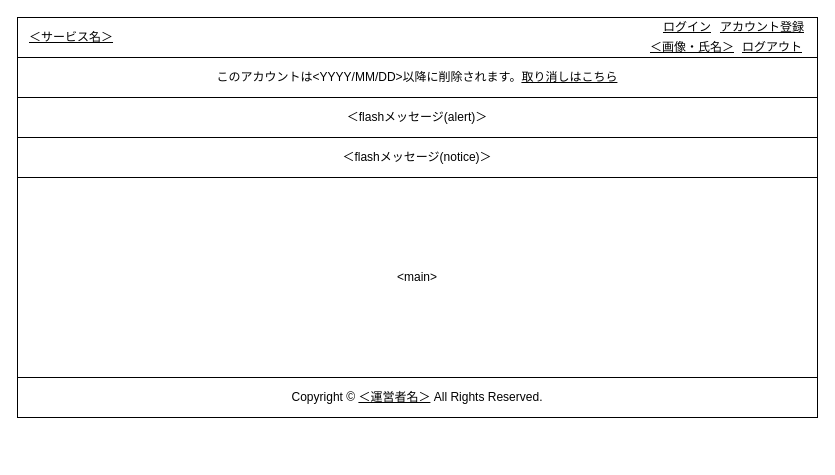
The draw.io diagram 設計/画面設計/レイアウト.drawio in nightonlypj/rails-app-origin, before the edit. Source tidied: cells renumbered, new cells numbered last; positions are measured from the earlier drawing's top-left corner, leaving out a move shared by most shapes. Both pictures are drawn from the tidied source at 100%, with x=0, y=0 at pixel (17, 17).
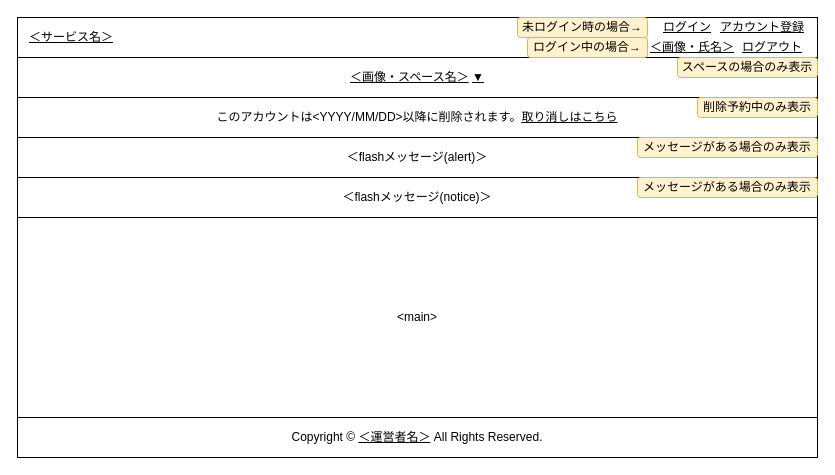
After the change.

What changed in the source:
```diff
@@
 <mxGraphModel>
   <root>
     <mxCell id="0" />
     <mxCell id="1" parent="0" />
     <mxCell id="2" style="rounded=0;whiteSpace=wrap;html=1;fillColor=none;" parent="1" vertex="1">
       <mxGeometry width="800" height="40" as="geometry" />
     </mxCell>
     <mxCell id="3" value="&lt;u&gt;＜サービス名＞&lt;/u&gt;" style="text;html=1;strokeColor=none;fillColor=none;align=left;verticalAlign=middle;whiteSpace=wrap;rounded=0;" parent="1" vertex="1">
       <mxGeometry x="10" y="10" width="90" height="20" as="geometry" />
     </mxCell>
     <mxCell id="4" value="ログイン" style="text;html=1;strokeColor=none;fillColor=none;align=center;verticalAlign=middle;whiteSpace=wrap;rounded=0;fontStyle=4;" parent="1" vertex="1">
       <mxGeometry x="640" width="60" height="20" as="geometry" />
     </mxCell>
     <mxCell id="5" value="アカウント登録" style="text;html=1;strokeColor=none;fillColor=none;align=center;verticalAlign=middle;whiteSpace=wrap;rounded=0;fontStyle=4;" parent="1" vertex="1">
       <mxGeometry x="700" width="90" height="20" as="geometry" />
     </mxCell>
     <mxCell id="6" value="ログアウト" style="text;html=1;strokeColor=none;fillColor=none;align=center;verticalAlign=middle;whiteSpace=wrap;rounded=0;fontStyle=4;" parent="1" vertex="1">
       <mxGeometry x="720" y="20" width="70" height="20" as="geometry" />
     </mxCell>
     <mxCell id="7" value="＜画像・氏名＞" style="text;html=1;strokeColor=none;fillColor=none;align=center;verticalAlign=middle;whiteSpace=wrap;rounded=0;fontStyle=4;" parent="1" vertex="1">
       <mxGeometry x="630" y="20" width="90" height="20" as="geometry" />
     </mxCell>
     <mxCell id="8" value="&amp;lt;main&amp;gt;" style="rounded=0;whiteSpace=wrap;html=1;fillColor=none;" parent="1" vertex="1">
-      <mxGeometry y="160" width="800" height="200" as="geometry" />
+      <mxGeometry y="200" width="800" height="200" as="geometry" />
     </mxCell>
     <mxCell id="9" value="&lt;span&gt;Copyright ©&amp;nbsp;&lt;/span&gt;&lt;u&gt;＜運営者名＞&lt;/u&gt;&lt;span&gt;&amp;nbsp;All Rights Reserved.&lt;/span&gt;" style="rounded=0;whiteSpace=wrap;html=1;fillColor=none;" parent="1" vertex="1">
-      <mxGeometry y="360" width="800" height="40" as="geometry" />
+      <mxGeometry y="400" width="800" height="40" as="geometry" />
     </mxCell>
     <mxCell id="10" value="このアカウントは&amp;lt;YYYY/MM/DD&amp;gt;以降に削除されます。&lt;u&gt;取り消しはこちら&lt;/u&gt;" style="rounded=0;whiteSpace=wrap;html=1;fillColor=none;" parent="1" vertex="1">
-      <mxGeometry y="40" width="800" height="40" as="geometry" />
+      <mxGeometry y="80" width="800" height="40" as="geometry" />
     </mxCell>
     <mxCell id="11" value="＜flashメッセージ(alert)＞" style="rounded=0;whiteSpace=wrap;html=1;fillColor=none;" parent="1" vertex="1">
-      <mxGeometry y="80" width="800" height="40" as="geometry" />
+      <mxGeometry y="120" width="800" height="40" as="geometry" />
     </mxCell>
     <mxCell id="12" value="＜flashメッセージ(notice)＞" style="rounded=0;whiteSpace=wrap;html=1;fillColor=none;" parent="1" vertex="1">
-      <mxGeometry y="120" width="800" height="40" as="geometry" />
+      <mxGeometry y="160" width="800" height="40" as="geometry" />
     </mxCell>
+    <mxCell id="13" value="&lt;u style=&quot;font-family: &amp;#34;helvetica&amp;#34;&quot;&gt;＜画像・スペース名＞&lt;/u&gt;&lt;span style=&quot;font-family: &amp;#34;helvetica&amp;#34;&quot;&gt; &lt;/span&gt;&lt;u style=&quot;font-family: &amp;#34;helvetica&amp;#34;&quot;&gt;▼&lt;/u&gt;" style="rounded=0;whiteSpace=wrap;html=1;fillColor=none;" parent="1" vertex="1">
+      <mxGeometry y="40" width="800" height="40" as="geometry" />
+    </mxCell>
+    <mxCell id="14" value="未ログイン時の場合→" style="rounded=1;whiteSpace=wrap;html=1;fillColor=#fff2cc;strokeColor=#d6b656;" parent="1" vertex="1">
+      <mxGeometry x="500" width="130" height="20" as="geometry" />
+    </mxCell>
+    <mxCell id="15" value="ログイン中の場合→" style="rounded=1;whiteSpace=wrap;html=1;fillColor=#fff2cc;strokeColor=#d6b656;" parent="1" vertex="1">
+      <mxGeometry x="510" y="20" width="120" height="20" as="geometry" />
+    </mxCell>
+    <mxCell id="16" value="削除予約中のみ表示" style="rounded=1;whiteSpace=wrap;html=1;fillColor=#fff2cc;strokeColor=#d6b656;" parent="1" vertex="1">
+      <mxGeometry x="680" y="80" width="120" height="20" as="geometry" />
+    </mxCell>
+    <mxCell id="17" value="メッセージがある場合のみ表示" style="rounded=1;whiteSpace=wrap;html=1;fillColor=#fff2cc;strokeColor=#d6b656;" parent="1" vertex="1">
+      <mxGeometry x="620" y="120" width="180" height="20" as="geometry" />
+    </mxCell>
+    <mxCell id="18" value="メッセージがある場合のみ表示" style="rounded=1;whiteSpace=wrap;html=1;fillColor=#fff2cc;strokeColor=#d6b656;" parent="1" vertex="1">
+      <mxGeometry x="620" y="160" width="180" height="20" as="geometry" />
+    </mxCell>
+    <mxCell id="19" value="スペースの場合のみ表示" style="rounded=1;whiteSpace=wrap;html=1;fillColor=#fff2cc;strokeColor=#d6b656;" parent="1" vertex="1">
+      <mxGeometry x="660" y="40" width="140" height="20" as="geometry" />
+    </mxCell>
   </root>
 </mxGraphModel>
```
